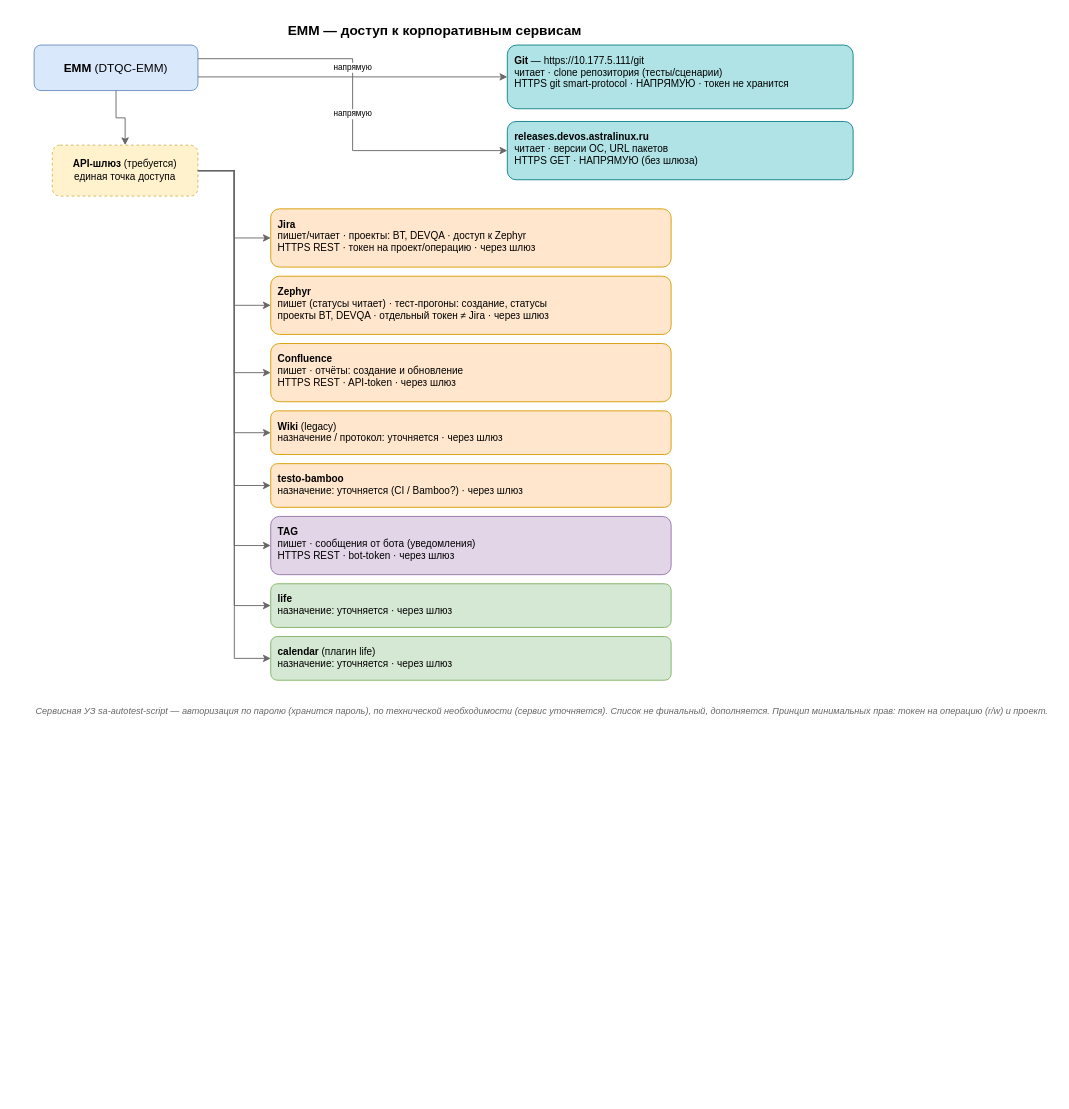
The draw.io diagram dbos_server_service/diagrams/external-integrations.drawio in N2OCaKeS/stress_test, before the edit. Source tidied: cells renumbered, new cells numbered last; positions are measured from the earlier drawing's top-left corner, leaving out a move shared by most shapes. Both pictures are drawn from the tidied source at 91%, with x=0, y=0 at pixel (15, 15).
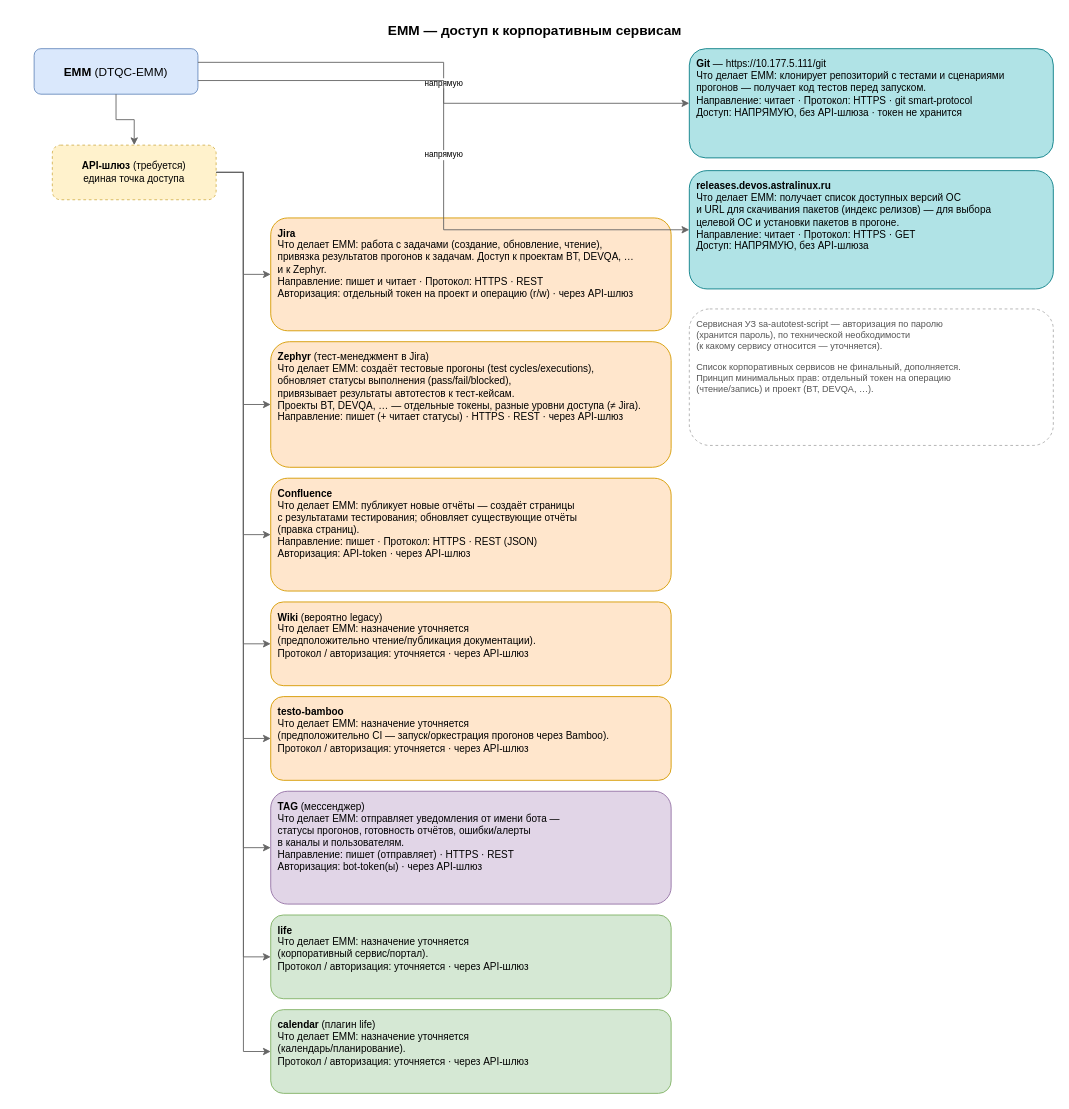
The same diagram, later.

Commit message:
add detailed per-service descriptions of what EMM does

Change to the diagram source:
```diff
@@
     <mxCell id="2" value="EMM — доступ к корпоративным сервисам" style="text;html=1;align=center;fontSize=15;fontStyle=1;" parent="1" vertex="1">
-      <mxGeometry width="920" height="24" as="geometry" />
+      <mxGeometry width="1140" height="24" as="geometry" />
     </mxCell>
     <mxCell id="3" value="&lt;b&gt;EMM&lt;/b&gt; (DTQC-EMM)" style="rounded=1;whiteSpace=wrap;html=1;fillColor=#dae8fc;strokeColor=#6c8ebf;fontSize=13;" parent="1" vertex="1">
-      <mxGeometry x="20" y="32" width="180" height="50" as="geometry" />
+      <mxGeometry x="20" y="36" width="180" height="50" as="geometry" />
     </mxCell>
     <mxCell id="4" value="&lt;b&gt;API-шлюз&lt;/b&gt; (требуется)&lt;br&gt;единая точка доступа" style="rounded=1;whiteSpace=wrap;html=1;fillColor=#fff2cc;strokeColor=#d6b656;dashed=1;fontSize=11;" parent="1" vertex="1">
-      <mxGeometry x="40" y="142" width="160" height="56" as="geometry" />
+      <mxGeometry x="40" y="142" width="180" height="60" as="geometry" />
     </mxCell>
-    <mxCell id="5" value="&lt;b&gt;Git&lt;/b&gt; — https://10.177.5.111/git&lt;br&gt;читает · clone репозитория (тесты/сценарии)&lt;br&gt;HTTPS git smart-protocol · НАПРЯМУЮ · токен не хранится" style="rounded=1;whiteSpace=wrap;html=1;fillColor=#b0e3e6;strokeColor=#0e8088;align=left;verticalAlign=top;spacingLeft=6;spacingTop=4;fontSize=11;" parent="1" vertex="1">
-      <mxGeometry x="540" y="32" width="380" height="70" as="geometry" />
+    <mxCell id="5" value="&lt;b&gt;Git&lt;/b&gt; — https://10.177.5.111/git&lt;br&gt;Что делает EMM: клонирует репозиторий с тестами и сценариями&lt;br&gt;прогонов — получает код тестов перед запуском.&lt;br&gt;Направление: читает · Протокол: HTTPS · git smart-protocol&lt;br&gt;Доступ: НАПРЯМУЮ, без API-шлюза · токен не хранится" style="rounded=1;whiteSpace=wrap;html=1;fillColor=#b0e3e6;strokeColor=#0e8088;align=left;verticalAlign=top;spacingLeft=6;spacingTop=4;fontSize=11;" parent="1" vertex="1">
+      <mxGeometry x="740" y="36" width="400" height="120" as="geometry" />
     </mxCell>
-    <mxCell id="6" value="&lt;b&gt;releases.devos.astralinux.ru&lt;/b&gt;&lt;br&gt;читает · версии ОС, URL пакетов&lt;br&gt;HTTPS GET · НАПРЯМУЮ (без шлюза)" style="rounded=1;whiteSpace=wrap;html=1;fillColor=#b0e3e6;strokeColor=#0e8088;align=left;verticalAlign=top;spacingLeft=6;spacingTop=4;fontSize=11;" parent="1" vertex="1">
-      <mxGeometry x="540" y="116" width="380" height="64" as="geometry" />
+    <mxCell id="6" value="&lt;b&gt;releases.devos.astralinux.ru&lt;/b&gt;&lt;br&gt;Что делает EMM: получает список доступных версий ОС&lt;br&gt;и URL для скачивания пакетов (индекс релизов) — для выбора&lt;br&gt;целевой ОС и установки пакетов в прогоне.&lt;br&gt;Направление: читает · Протокол: HTTPS · GET&lt;br&gt;Доступ: НАПРЯМУЮ, без API-шлюза" style="rounded=1;whiteSpace=wrap;html=1;fillColor=#b0e3e6;strokeColor=#0e8088;align=left;verticalAlign=top;spacingLeft=6;spacingTop=4;fontSize=11;" parent="1" vertex="1">
+      <mxGeometry x="740" y="170" width="400" height="130" as="geometry" />
     </mxCell>
-    <mxCell id="7" value="&lt;b&gt;Jira&lt;/b&gt;&lt;br&gt;пишет/читает · проекты: BT, DEVQA · доступ к Zephyr&lt;br&gt;HTTPS REST · токен на проект/операцию · через шлюз" style="rounded=1;whiteSpace=wrap;html=1;fillColor=#ffe6cc;strokeColor=#d79b00;align=left;verticalAlign=top;spacingLeft=6;spacingTop=4;fontSize=11;" parent="1" vertex="1">
-      <mxGeometry x="280" y="212" width="440" height="64" as="geometry" />
+    <mxCell id="7" value="&lt;b&gt;Jira&lt;/b&gt;&lt;br&gt;Что делает EMM: работа с задачами (создание, обновление, чтение),&lt;br&gt;привязка результатов прогонов к задачам. Доступ к проектам BT, DEVQA, …&lt;br&gt;и к Zephyr.&lt;br&gt;Направление: пишет и читает · Протокол: HTTPS · REST&lt;br&gt;Авторизация: отдельный токен на проект и операцию (r/w) · через API-шлюз" style="rounded=1;whiteSpace=wrap;html=1;fillColor=#ffe6cc;strokeColor=#d79b00;align=left;verticalAlign=top;spacingLeft=6;spacingTop=4;fontSize=11;" parent="1" vertex="1">
+      <mxGeometry x="280" y="222" width="440" height="124" as="geometry" />
     </mxCell>
-    <mxCell id="8" value="&lt;b&gt;Zephyr&lt;/b&gt;&lt;br&gt;пишет (статусы читает) · тест-прогоны: создание, статусы&lt;br&gt;проекты BT, DEVQA · отдельный токен ≠ Jira · через шлюз" style="rounded=1;whiteSpace=wrap;html=1;fillColor=#ffe6cc;strokeColor=#d79b00;align=left;verticalAlign=top;spacingLeft=6;spacingTop=4;fontSize=11;" parent="1" vertex="1">
-      <mxGeometry x="280" y="286" width="440" height="64" as="geometry" />
+    <mxCell id="8" value="&lt;b&gt;Zephyr&lt;/b&gt; (тест-менеджмент в Jira)&lt;br&gt;Что делает EMM: создаёт тестовые прогоны (test cycles/executions),&lt;br&gt;обновляет статусы выполнения (pass/fail/blocked),&lt;br&gt;привязывает результаты автотестов к тест-кейсам.&lt;br&gt;Проекты BT, DEVQA, … — отдельные токены, разные уровни доступа (≠ Jira).&lt;br&gt;Направление: пишет (+ читает статусы) · HTTPS · REST · через API-шлюз" style="rounded=1;whiteSpace=wrap;html=1;fillColor=#ffe6cc;strokeColor=#d79b00;align=left;verticalAlign=top;spacingLeft=6;spacingTop=4;fontSize=11;" parent="1" vertex="1">
+      <mxGeometry x="280" y="358" width="440" height="138" as="geometry" />
     </mxCell>
-    <mxCell id="9" value="&lt;b&gt;Confluence&lt;/b&gt;&lt;br&gt;пишет · отчёты: создание и обновление&lt;br&gt;HTTPS REST · API-token · через шлюз" style="rounded=1;whiteSpace=wrap;html=1;fillColor=#ffe6cc;strokeColor=#d79b00;align=left;verticalAlign=top;spacingLeft=6;spacingTop=4;fontSize=11;" parent="1" vertex="1">
-      <mxGeometry x="280" y="360" width="440" height="64" as="geometry" />
+    <mxCell id="9" value="&lt;b&gt;Confluence&lt;/b&gt;&lt;br&gt;Что делает EMM: публикует новые отчёты — создаёт страницы&lt;br&gt;с результатами тестирования; обновляет существующие отчёты&lt;br&gt;(правка страниц).&lt;br&gt;Направление: пишет · Протокол: HTTPS · REST (JSON)&lt;br&gt;Авторизация: API-token · через API-шлюз" style="rounded=1;whiteSpace=wrap;html=1;fillColor=#ffe6cc;strokeColor=#d79b00;align=left;verticalAlign=top;spacingLeft=6;spacingTop=4;fontSize=11;" parent="1" vertex="1">
+      <mxGeometry x="280" y="508" width="440" height="124" as="geometry" />
     </mxCell>
-    <mxCell id="10" value="&lt;b&gt;Wiki&lt;/b&gt; (legacy)&lt;br&gt;назначение / протокол: уточняется · через шлюз" style="rounded=1;whiteSpace=wrap;html=1;fillColor=#ffe6cc;strokeColor=#d79b00;align=left;verticalAlign=top;spacingLeft=6;spacingTop=4;fontSize=11;" parent="1" vertex="1">
-      <mxGeometry x="280" y="434" width="440" height="48" as="geometry" />
+    <mxCell id="10" value="&lt;b&gt;Wiki&lt;/b&gt; (вероятно legacy)&lt;br&gt;Что делает EMM: назначение уточняется&lt;br&gt;(предположительно чтение/публикация документации).&lt;br&gt;Протокол / авторизация: уточняется · через API-шлюз" style="rounded=1;whiteSpace=wrap;html=1;fillColor=#ffe6cc;strokeColor=#d79b00;align=left;verticalAlign=top;spacingLeft=6;spacingTop=4;fontSize=11;" parent="1" vertex="1">
+      <mxGeometry x="280" y="644" width="440" height="92" as="geometry" />
     </mxCell>
-    <mxCell id="11" value="&lt;b&gt;testo-bamboo&lt;/b&gt;&lt;br&gt;назначение: уточняется (CI / Bamboo?) · через шлюз" style="rounded=1;whiteSpace=wrap;html=1;fillColor=#ffe6cc;strokeColor=#d79b00;align=left;verticalAlign=top;spacingLeft=6;spacingTop=4;fontSize=11;" parent="1" vertex="1">
-      <mxGeometry x="280" y="492" width="440" height="48" as="geometry" />
+    <mxCell id="11" value="&lt;b&gt;testo-bamboo&lt;/b&gt;&lt;br&gt;Что делает EMM: назначение уточняется&lt;br&gt;(предположительно CI — запуск/оркестрация прогонов через Bamboo).&lt;br&gt;Протокол / авторизация: уточняется · через API-шлюз" style="rounded=1;whiteSpace=wrap;html=1;fillColor=#ffe6cc;strokeColor=#d79b00;align=left;verticalAlign=top;spacingLeft=6;spacingTop=4;fontSize=11;" parent="1" vertex="1">
+      <mxGeometry x="280" y="748" width="440" height="92" as="geometry" />
     </mxCell>
-    <mxCell id="12" value="&lt;b&gt;TAG&lt;/b&gt;&lt;br&gt;пишет · сообщения от бота (уведомления)&lt;br&gt;HTTPS REST · bot-token · через шлюз" style="rounded=1;whiteSpace=wrap;html=1;fillColor=#e1d5e7;strokeColor=#9673a6;align=left;verticalAlign=top;spacingLeft=6;spacingTop=4;fontSize=11;" parent="1" vertex="1">
-      <mxGeometry x="280" y="550" width="440" height="64" as="geometry" />
+    <mxCell id="12" value="&lt;b&gt;TAG&lt;/b&gt; (мессенджер)&lt;br&gt;Что делает EMM: отправляет уведомления от имени бота —&lt;br&gt;статусы прогонов, готовность отчётов, ошибки/алерты&lt;br&gt;в каналы и пользователям.&lt;br&gt;Направление: пишет (отправляет) · HTTPS · REST&lt;br&gt;Авторизация: bot-token(ы) · через API-шлюз" style="rounded=1;whiteSpace=wrap;html=1;fillColor=#e1d5e7;strokeColor=#9673a6;align=left;verticalAlign=top;spacingLeft=6;spacingTop=4;fontSize=11;" parent="1" vertex="1">
+      <mxGeometry x="280" y="852" width="440" height="124" as="geometry" />
     </mxCell>
-    <mxCell id="13" value="&lt;b&gt;life&lt;/b&gt;&lt;br&gt;назначение: уточняется · через шлюз" style="rounded=1;whiteSpace=wrap;html=1;fillColor=#d5e8d4;strokeColor=#82b366;align=left;verticalAlign=top;spacingLeft=6;spacingTop=4;fontSize=11;" parent="1" vertex="1">
-      <mxGeometry x="280" y="624" width="440" height="48" as="geometry" />
+    <mxCell id="13" value="&lt;b&gt;life&lt;/b&gt;&lt;br&gt;Что делает EMM: назначение уточняется&lt;br&gt;(корпоративный сервис/портал).&lt;br&gt;Протокол / авторизация: уточняется · через API-шлюз" style="rounded=1;whiteSpace=wrap;html=1;fillColor=#d5e8d4;strokeColor=#82b366;align=left;verticalAlign=top;spacingLeft=6;spacingTop=4;fontSize=11;" parent="1" vertex="1">
+      <mxGeometry x="280" y="988" width="440" height="92" as="geometry" />
     </mxCell>
-    <mxCell id="14" value="&lt;b&gt;calendar&lt;/b&gt; (плагин life)&lt;br&gt;назначение: уточняется · через шлюз" style="rounded=1;whiteSpace=wrap;html=1;fillColor=#d5e8d4;strokeColor=#82b366;align=left;verticalAlign=top;spacingLeft=6;spacingTop=4;fontSize=11;" parent="1" vertex="1">
-      <mxGeometry x="280" y="682" width="440" height="48" as="geometry" />
+    <mxCell id="14" value="&lt;b&gt;calendar&lt;/b&gt; (плагин life)&lt;br&gt;Что делает EMM: назначение уточняется&lt;br&gt;(календарь/планирование).&lt;br&gt;Протокол / авторизация: уточняется · через API-шлюз" style="rounded=1;whiteSpace=wrap;html=1;fillColor=#d5e8d4;strokeColor=#82b366;align=left;verticalAlign=top;spacingLeft=6;spacingTop=4;fontSize=11;" parent="1" vertex="1">
+      <mxGeometry x="280" y="1092" width="440" height="92" as="geometry" />
     </mxCell>
-    <mxCell id="15" value="Сервисная УЗ sa-autotest-script — авторизация по паролю (хранится пароль), по технической необходимости (сервис уточняется). Список не финальный, дополняется. Принцип минимальных прав: токен на операцию (r/w) и проект." style="text;html=1;align=left;fontSize=10;fontStyle=2;fontColor=#666666;" parent="1" vertex="1">
-      <mxGeometry x="20" y="752" width="900" height="40" as="geometry" />
+    <mxCell id="15" value="Сервисная УЗ sa-autotest-script — авторизация по паролю&lt;br&gt;(хранится пароль), по технической необходимости&lt;br&gt;(к какому сервису относится — уточняется).&lt;br&gt;&lt;br&gt;Список корпоративных сервисов не финальный, дополняется.&lt;br&gt;Принцип минимальных прав: отдельный токен на операцию&lt;br&gt;(чтение/запись) и проект (BT, DEVQA, …)." style="rounded=1;whiteSpace=wrap;html=1;fillColor=none;strokeColor=#b0b0b0;dashed=1;align=left;verticalAlign=top;spacingLeft=6;spacingTop=4;fontSize=10;fontColor=#555555;" parent="1" vertex="1">
+      <mxGeometry x="740" y="322" width="400" height="150" as="geometry" />
     </mxCell>
```
